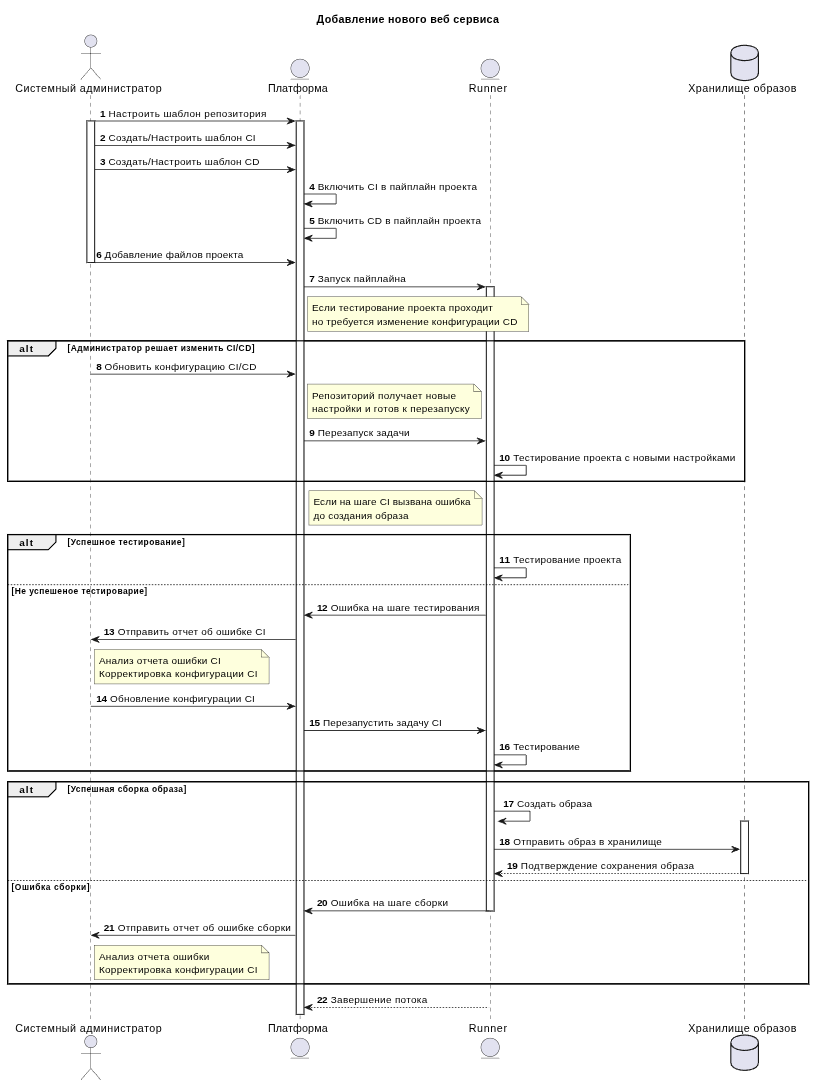
This is Img/Sequence диаграмма 1.png from AntSib/prog-tools-uml, a PlantUML export, as it was before one commit. Its source is kept beside it as Диаграммы/Sequence диаграмма 1.wsd.
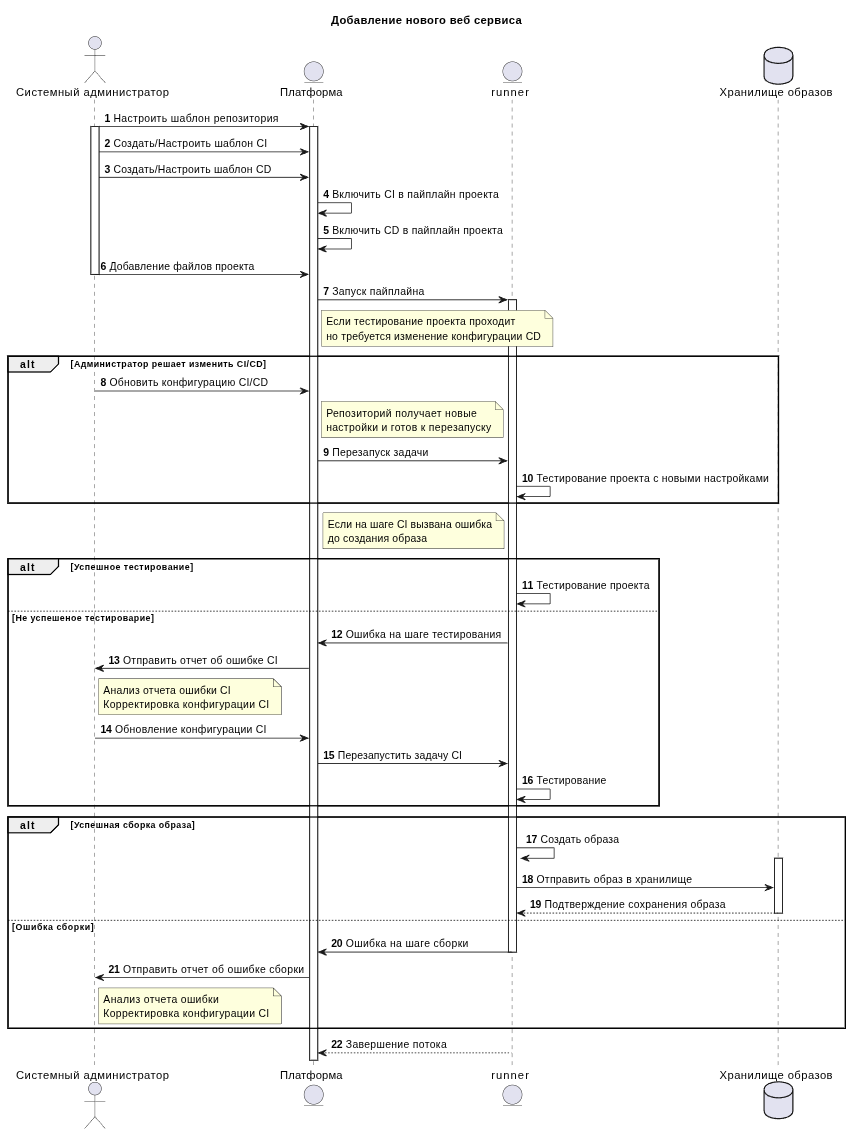
Above is the later version.

Commit message:
Обновление Sequence диаграмм

Diff of the diagram source:
```diff
@@ -1,83 +1,81 @@
-@startuml sequence_AddNewWebService
+@startuml Добавление проекта нового веб-сервиса
 
 
 actor "Системный администратор" as admin
-entity "Платформа" as Repo
-entity "Runner" as Runner
-database "Хранилище образов" as ImgStorage
+entity "Платформа" as repo
+entity "runner" as runner
+database "Хранилище образов" as img_storage
 
 title Добавление нового веб сервиса
 autonumber
 
-admin -> Repo: Настроить шаблон репозитория
+admin -> repo: Настроить шаблон репозитория
 
 activate admin
-activate Repo
+activate repo
 
-admin -> Repo: Создать/Настроить шаблон CI
+admin -> repo: Создать/Настроить шаблон CI
 
-admin -> Repo: Создать/Настроить шаблон CD
+admin -> repo: Создать/Настроить шаблон CD
 
-Repo -> Repo : Включить CI в пайплайн проекта
-Repo -> Repo : Включить CD в пайплайн проекта
+repo -> repo : Включить CI в пайплайн проекта
+repo -> repo : Включить CD в пайплайн проекта
 
-admin -> Repo: Добавление файлов проекта
+admin -> repo: Добавление файлов проекта
 
 deactivate admin
 
-Repo -> Runner: Запуск пайплайна
+repo -> runner: Запуск пайплайна
 
-activate Runner
+activate runner
 
-
-note right of Repo : Если тестирование проекта проходит\nно требуется изменение конфигурации CD
+note right of repo : Если тестирование проекта проходит\nно требуется изменение конфигурации CD
 
 alt Администратор решает изменить CI/CD
-    admin -> Repo: Обновить конфигурацию CI/CD
+    admin -> repo: Обновить конфигурацию CI/CD
 
-    note right of Repo : Репозиторий получает новые\nнастройки и готов к перезапуску
+    note right of repo : Репозиторий получает новые\nнастройки и готов к перезапуску
 
-    Repo -> Runner: Перезапуск задачи
-    Runner -> Runner : Тестирование проекта с новыми настройками
+    repo -> runner: Перезапуск задачи
+    runner -> runner : Тестирование проекта с новыми настройками
 
 end
 
-
-note left of Runner : Если на шаге CI вызвана ошибка\nдо создания образа
+note left of runner : Если на шаге CI вызвана ошибка\nдо создания образа
 
 alt Успешное тестирование
 
-    Runner -> Runner : Тестирование проекта
+    runner -> runner : Тестирование проекта
 
 else Не успешеное тестироварие
-    Runner -> Repo: Ошибка на шаге тестирования
-    Repo -> admin: Отправить отчет об ошибке CI
+    runner -> repo: Ошибка на шаге тестирования
+    repo -> admin: Отправить отчет об ошибке CI
 
     note right of admin: Анализ отчета ошибки CI\nКорректировка конфигурации CI
 
-    admin -> Repo : Обновление конфигурации CI
+    admin -> repo : Обновление конфигурации CI
 
-    Repo -> Runner: Перезапустить задачу CI
-    Runner -> Runner : Тестирование
+    repo -> runner: Перезапустить задачу CI
+    runner -> runner : Тестирование
 
 end
 
 
 alt Успешная сборка образа
-    Runner -> Runner: Создать образа
-    activate ImgStorage
-    Runner -> ImgStorage: Отправить образ в хранилище
-    ImgStorage --> Runner : Подтверждение сохранения образа
-    deactivate ImgStorage
+    runner -> runner: Создать образа
+    activate img_storage
+    runner -> img_storage: Отправить образ в хранилище
+    img_storage --> runner : Подтверждение сохранения образа
+    deactivate img_storage
 else Ошибка сборки
-    Runner -> Repo: Ошибка на шаге сборки
-    deactivate Runner
-    Repo -> admin: Отправить отчет об ошибке сборки
+    runner -> repo: Ошибка на шаге сборки
+    deactivate runner
+    repo -> admin: Отправить отчет об ошибке сборки
     note right of admin: Анализ отчета ошибки\nКорректировка конфигурации CI
 end
 
 
-Runner --> Repo : Завершение потока
-deactivate Runner
+runner --> repo : Завершение потока
+deactivate runner
 
 @enduml
```
